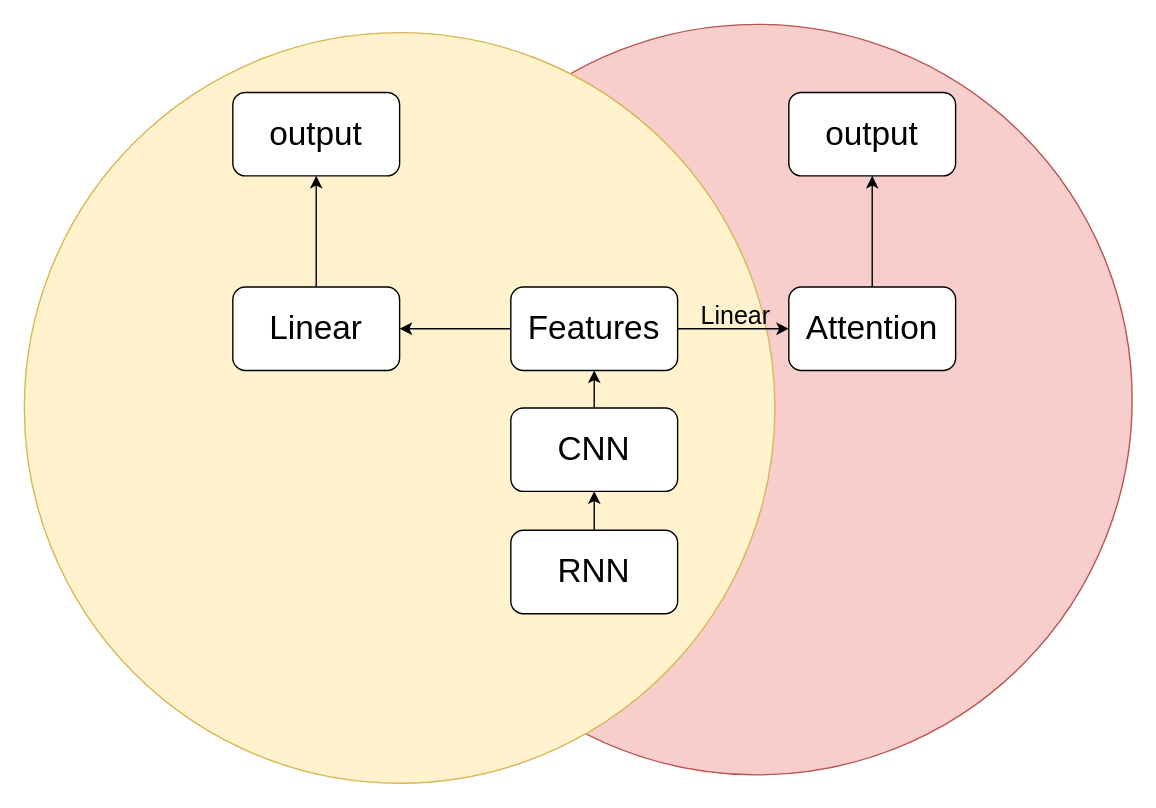
Before: 20190529mtl.drawio in fpcsong/diagram, a draw.io diagram. Source tidied: cells renumbered, new cells numbered last; positions are measured from the earlier drawing's top-left corner, leaving out a move shared by most shapes. Both pictures are drawn from the tidied source at 139%, with x=0, y=0 at pixel (24, 24).
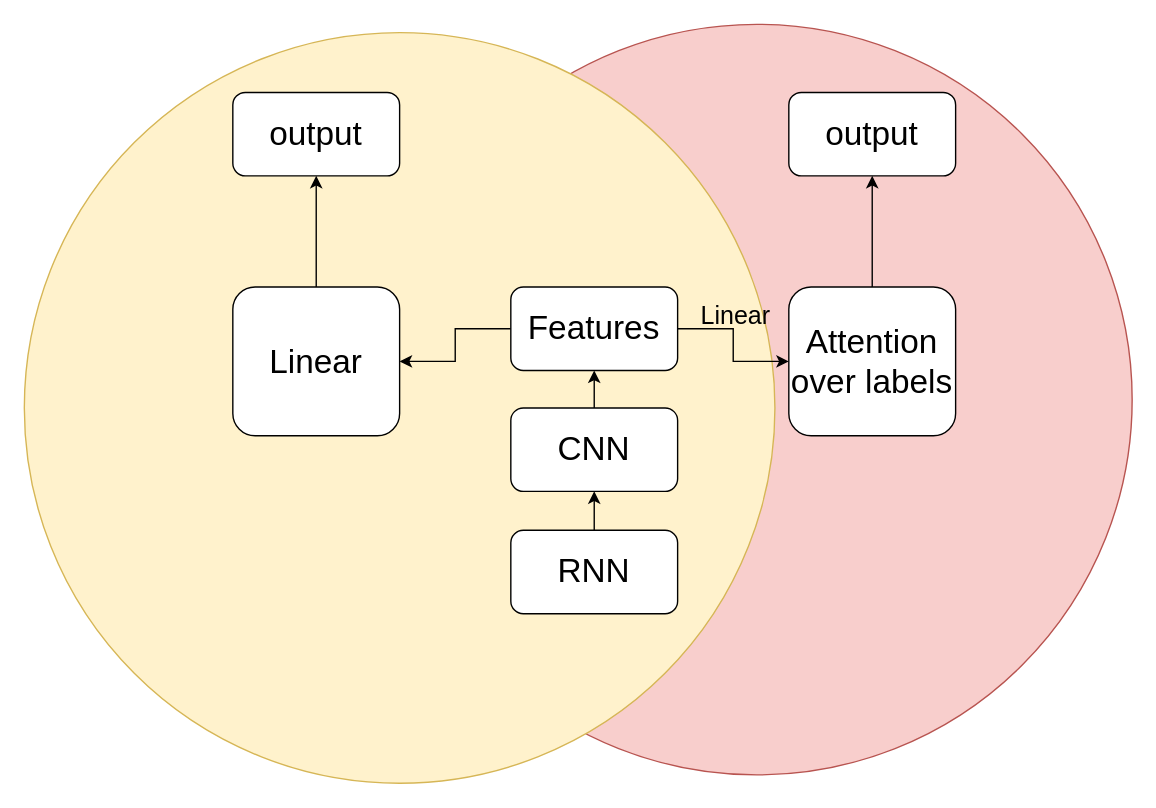
Above is the later version.

Change to the diagram source:
```diff
@@
 <mxGraphModel>
   <root>
     <mxCell id="0" />
     <mxCell id="1" parent="0" />
     <mxCell id="2" style="ellipse;whiteSpace=wrap;html=1;fontSize=24;labelBackgroundColor=#ffffff;fillColor=#f8cecc;strokeColor=#b85450;shadow=0;" parent="1" vertex="1">
       <mxGeometry x="257" width="540" height="540" as="geometry" />
     </mxCell>
     <mxCell id="3" style="ellipse;whiteSpace=wrap;html=1;fontSize=24;labelBackgroundColor=#ffffff;fillColor=#fff2cc;strokeColor=#d6b656;shadow=0;textOpacity=50;" parent="1" vertex="1">
       <mxGeometry y="6" width="540" height="540" as="geometry" />
     </mxCell>
     <mxCell id="4" style="edgeStyle=orthogonalEdgeStyle;rounded=0;jettySize=auto;html=1;" parent="1" edge="1" source="5" target="7">
       <mxGeometry relative="1" as="geometry" />
     </mxCell>
     <mxCell id="5" value="&lt;font style=&quot;font-size: 24px&quot;&gt;RNN&lt;/font&gt;" style="rounded=1;whiteSpace=wrap;html=1;" parent="1" vertex="1">
       <mxGeometry x="350" y="364" width="120" height="60" as="geometry" />
     </mxCell>
     <mxCell id="6" style="edgeStyle=orthogonalEdgeStyle;rounded=0;jettySize=auto;html=1;" parent="1" edge="1" source="7" target="10">
       <mxGeometry relative="1" as="geometry" />
     </mxCell>
     <mxCell id="7" value="&lt;font style=&quot;font-size: 24px&quot;&gt;CNN&lt;/font&gt;" style="rounded=1;whiteSpace=wrap;html=1;" parent="1" vertex="1">
       <mxGeometry x="350" y="276" width="120" height="60" as="geometry" />
     </mxCell>
     <mxCell id="8" style="edgeStyle=orthogonalEdgeStyle;rounded=0;jettySize=auto;html=1;" parent="1" edge="1" source="10" target="15">
       <mxGeometry relative="1" as="geometry" />
     </mxCell>
     <mxCell id="9" style="edgeStyle=orthogonalEdgeStyle;rounded=0;jettySize=auto;html=1;" parent="1" edge="1" source="10" target="12">
       <mxGeometry relative="1" as="geometry" />
     </mxCell>
     <mxCell id="10" value="Features" style="rounded=1;whiteSpace=wrap;html=1;fontSize=24;" parent="1" vertex="1">
       <mxGeometry x="350" y="189" width="120" height="60" as="geometry" />
     </mxCell>
     <mxCell id="11" style="edgeStyle=orthogonalEdgeStyle;rounded=0;jettySize=auto;html=1;" parent="1" edge="1" source="12" target="13">
       <mxGeometry relative="1" as="geometry" />
     </mxCell>
-    <mxCell id="12" value="&lt;font style=&quot;font-size: 24px&quot;&gt;Attention&lt;/font&gt;" style="rounded=1;whiteSpace=wrap;html=1;" parent="1" vertex="1">
-      <mxGeometry x="550" y="189" width="120" height="60" as="geometry" />
+    <mxCell id="12" value="&lt;font style=&quot;font-size: 24px&quot;&gt;Attention&lt;br&gt;over labels&lt;br&gt;&lt;/font&gt;" style="rounded=1;whiteSpace=wrap;html=1;" parent="1" vertex="1">
+      <mxGeometry x="550" y="189" width="120" height="107" as="geometry" />
     </mxCell>
     <mxCell id="13" value="output" style="rounded=1;whiteSpace=wrap;html=1;fontSize=24;" parent="1" vertex="1">
       <mxGeometry x="550" y="49" width="120" height="60" as="geometry" />
     </mxCell>
     <mxCell id="14" style="edgeStyle=orthogonalEdgeStyle;rounded=0;jettySize=auto;html=1;" parent="1" edge="1" source="15" target="16">
       <mxGeometry relative="1" as="geometry" />
     </mxCell>
     <mxCell id="15" value="Linear" style="rounded=1;whiteSpace=wrap;html=1;fontSize=24;" parent="1" vertex="1">
-      <mxGeometry x="150" y="189" width="120" height="60" as="geometry" />
+      <mxGeometry x="150" y="189" width="120" height="107" as="geometry" />
     </mxCell>
     <mxCell id="16" value="output" style="rounded=1;whiteSpace=wrap;html=1;fontSize=24;" parent="1" vertex="1">
       <mxGeometry x="150" y="49" width="120" height="60" as="geometry" />
     </mxCell>
     <mxCell id="17" value="Linear" style="text;html=1;align=left;verticalAlign=top;spacingTop=-4;fontSize=18;" parent="1" vertex="1">
       <mxGeometry x="485" y="197" width="50" height="20" as="geometry" />
     </mxCell>
   </root>
 </mxGraphModel>
```
